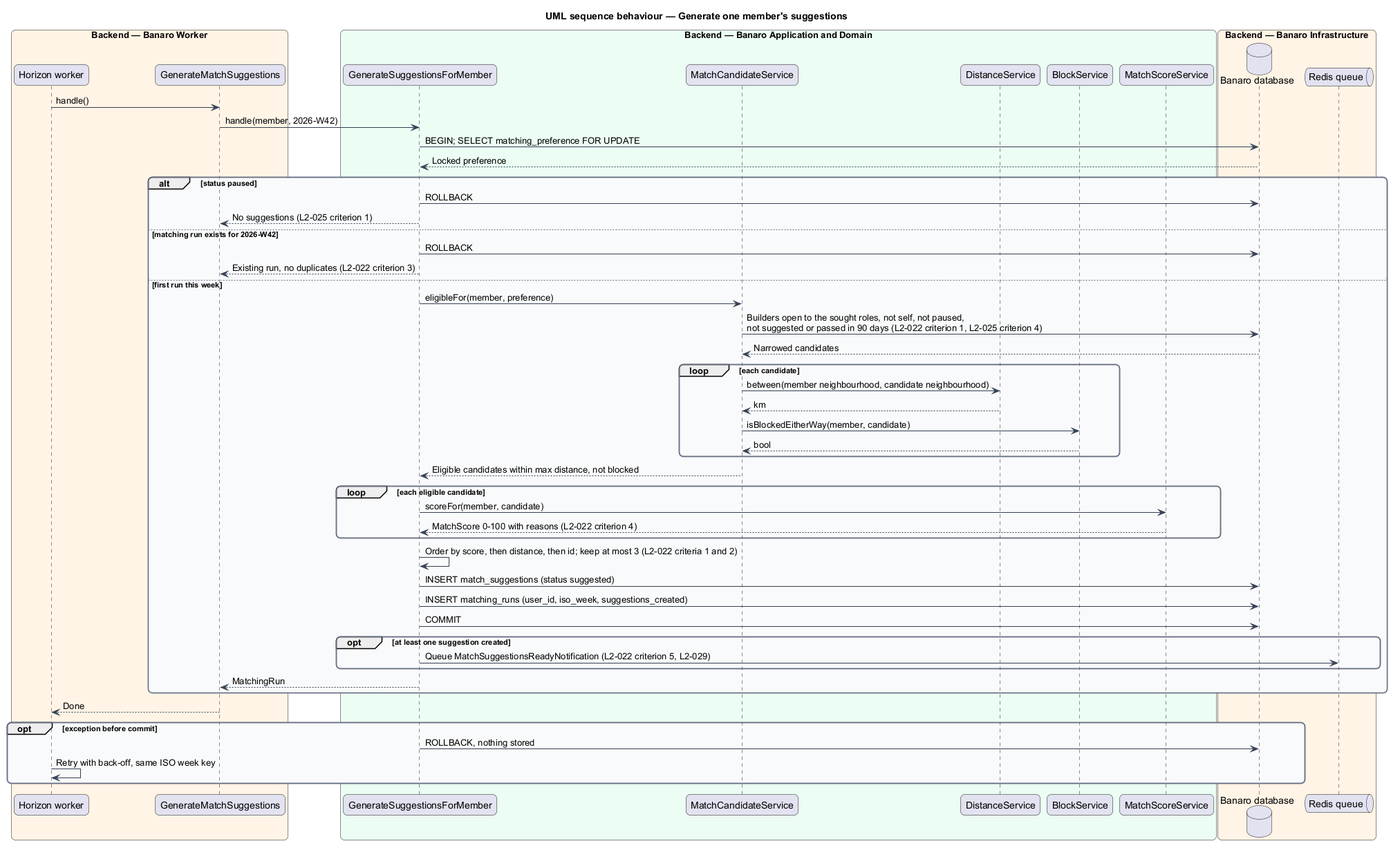
Above: docs/detailed-designs/matching/generate-weekly-suggestions/diagrams/sequence-generate-member-suggestions.png in QuinntyneBrown/banaro (PlantUML), before the change.
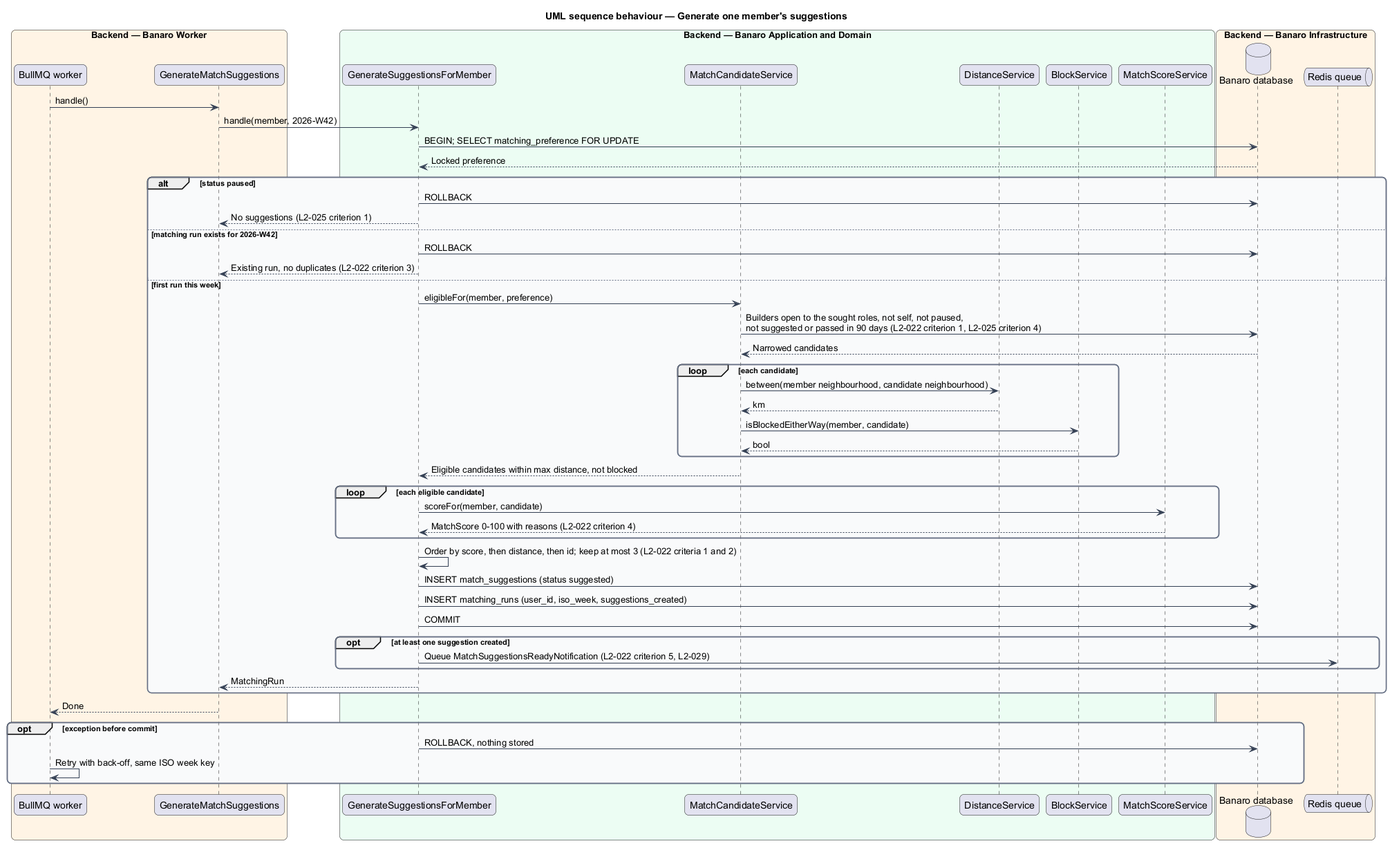
After the change.

Diff of the diagram source:
```diff
@@ -15,7 +15,7 @@
   BackgroundColor #F9FAFB
 }
 box "Backend — Banaro Worker" #FFF4E5
-  participant "Horizon worker" as horizon
+  participant "BullMQ worker" as worker
   participant "GenerateMatchSuggestions" as job
 end box
 box "Backend — Banaro Application and Domain" #ECFDF3
@@ -30,7 +30,7 @@
   queue "Redis queue" as queue
 end box
 
-horizon -> job : handle()
+worker -> job : handle()
 job -> action : handle(member, 2026-W42)
 action -> db : BEGIN; SELECT matching_preference FOR UPDATE
 db --> action : Locked preference
@@ -64,9 +64,9 @@
   end
   action --> job : MatchingRun
 end
-job --> horizon : Done
+job --> worker : Done
 opt exception before commit
   action -> db : ROLLBACK, nothing stored
-  horizon -> horizon : Retry with back-off, same ISO week key
+  worker -> worker : Retry with back-off, same ISO week key
 end
 @enduml
```
